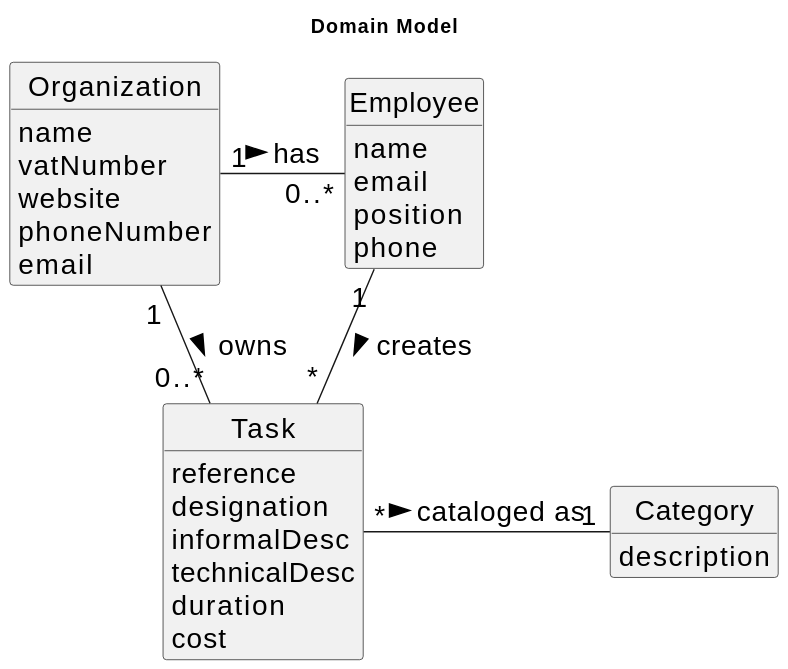
Above: docs/tp01/svg/uc6-domain-model.svg in PureNimble/ISEP-LAPR2 (PlantUML), before the change.
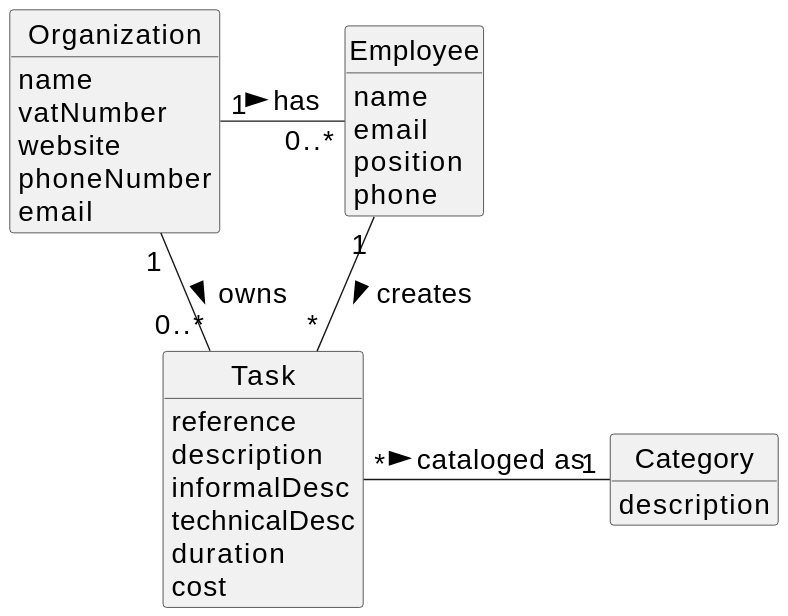
After the commit.

What changed in the source:
```diff
@@ -10,7 +10,6 @@
 hide circle
 hide methods
 
-title Domain Model
 
 
 class Organization {
@@ -23,7 +22,7 @@
 
 class Task {
     reference
-    designation
+    description
     informalDesc
     technicalDesc
     duration
```
